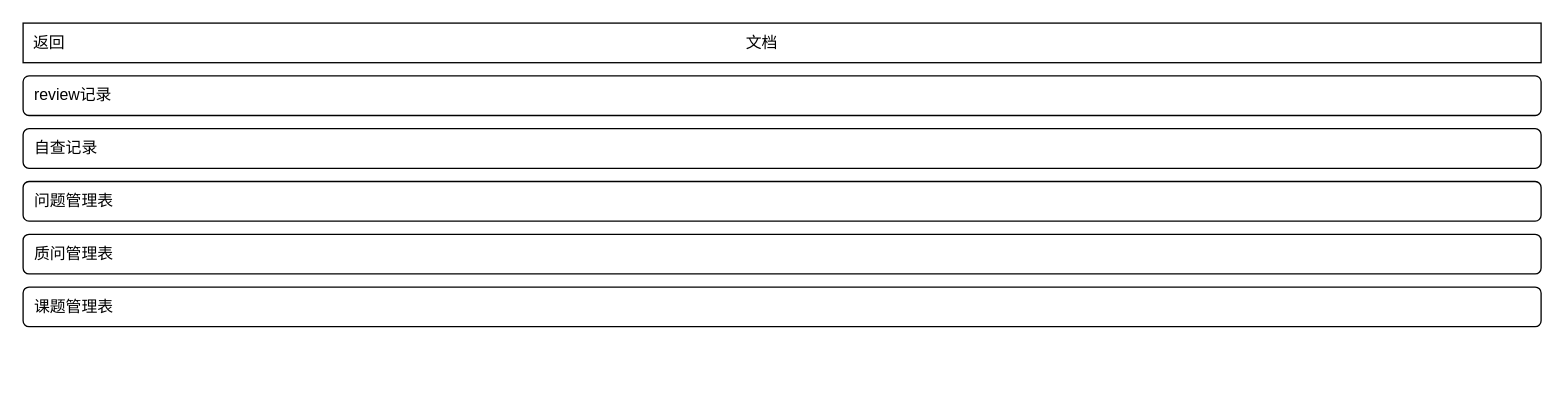
callistoctopus/project-all-in-one keeps this draw.io diagram as page "pm-project-doc-management" (21 of 24) of project-in-action/software-develop-management-system/doc/design/ui/sdms.drawio. Above is the earlier version. Source tidied: cells renumbered, new cells numbered last; positions are measured from the earlier drawing's top-left corner, leaving out a move shared by most shapes. Both pictures are drawn from the tidied source at 132%, with x=0, y=0 at pixel (22, 22).
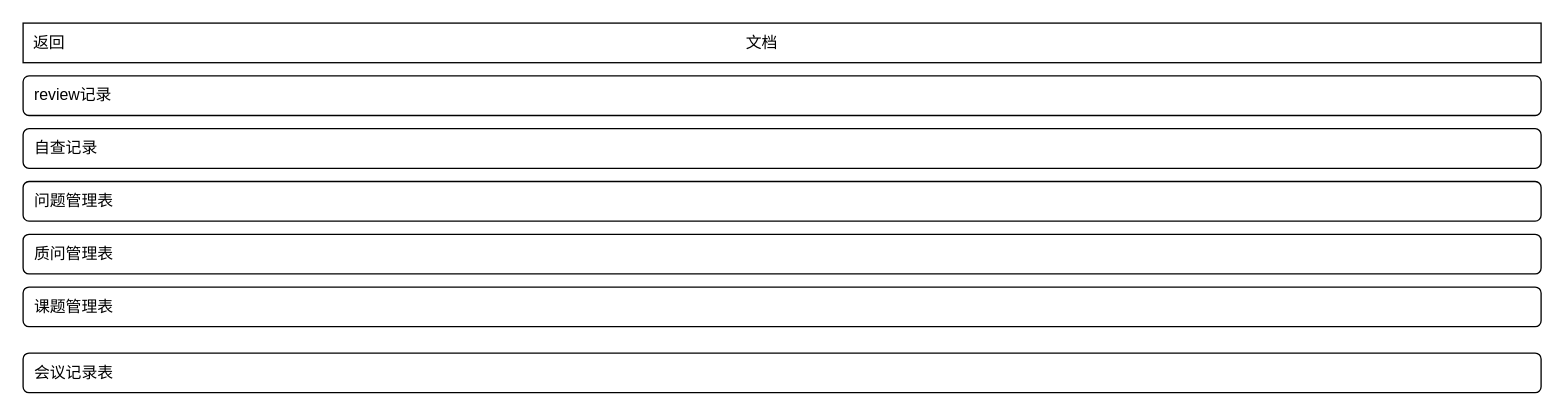
The same diagram, later.

Diff of the diagram source:
```diff
@@
 <mxGraphModel>
   <root>
     <mxCell id="0" />
     <mxCell id="1" parent="0" />
     <mxCell id="2" style="rounded=0;whiteSpace=wrap;html=1;" parent="1" vertex="1">
       <mxGeometry width="1150" height="30" as="geometry" />
     </mxCell>
     <mxCell id="3" value="返回" style="text;html=1;strokeColor=none;fillColor=none;align=center;verticalAlign=middle;whiteSpace=wrap;rounded=0;" parent="1" vertex="1">
       <mxGeometry y="5" width="40" height="20" as="geometry" />
     </mxCell>
     <mxCell id="4" value="&amp;nbsp; review记录" style="rounded=1;whiteSpace=wrap;html=1;align=left;" parent="1" vertex="1">
       <mxGeometry y="40" width="1150" height="30" as="geometry" />
     </mxCell>
     <mxCell id="5" value="&amp;nbsp; 自查记录" style="rounded=1;whiteSpace=wrap;html=1;align=left;" parent="1" vertex="1">
       <mxGeometry y="80" width="1150" height="30" as="geometry" />
     </mxCell>
     <mxCell id="6" value="&amp;nbsp; 问题管理表" style="rounded=1;whiteSpace=wrap;html=1;align=left;" parent="1" vertex="1">
       <mxGeometry y="120" width="1150" height="30" as="geometry" />
     </mxCell>
     <mxCell id="7" value="&amp;nbsp; 质问管理表" style="rounded=1;whiteSpace=wrap;html=1;align=left;" parent="1" vertex="1">
       <mxGeometry y="160" width="1150" height="30" as="geometry" />
     </mxCell>
     <mxCell id="8" value="文档" style="text;html=1;strokeColor=none;fillColor=none;align=center;verticalAlign=middle;whiteSpace=wrap;rounded=0;" parent="1" vertex="1">
       <mxGeometry x="540" y="5" width="40" height="20" as="geometry" />
     </mxCell>
     <mxCell id="9" value="&amp;nbsp; 课题管理表" style="rounded=1;whiteSpace=wrap;html=1;align=left;" parent="1" vertex="1">
       <mxGeometry y="200" width="1150" height="30" as="geometry" />
     </mxCell>
+    <mxCell id="10" value="&amp;nbsp; 会议记录表" style="rounded=1;whiteSpace=wrap;html=1;align=left;" parent="1" vertex="1">
+      <mxGeometry y="250" width="1150" height="30" as="geometry" />
+    </mxCell>
   </root>
 </mxGraphModel>
```
